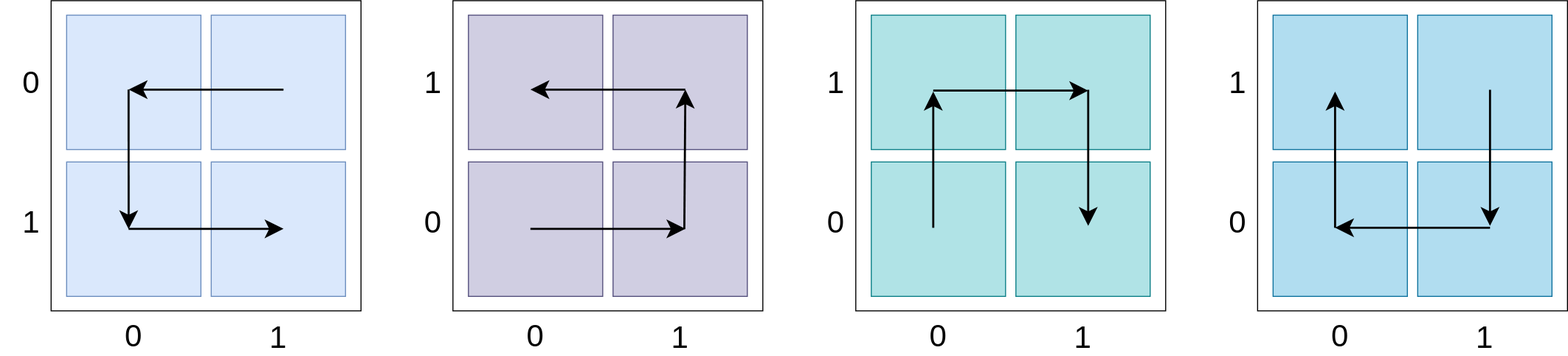
The draw.io diagram assets/posts/spatial-index/hilbert-types.svg in addu390/addu390.github.io, before a commit. Source tidied: cells renumbered, new cells last; positions are measured from the earlier drawing's top-left corner, leaving out a move shared by most shapes. The source it was exported from:
```xml
<mxGraphModel>
  <root>
    <mxCell id="0" />
    <mxCell id="1" parent="0" />
    <mxCell id="2" style="rounded=0;whiteSpace=wrap;html=1;fillColor=none;" parent="1" vertex="1">
      <mxGeometry x="49" width="300" height="300" as="geometry" />
    </mxCell>
    <mxCell id="3" style="rounded=0;whiteSpace=wrap;html=1;fillColor=#dae8fc;strokeColor=#6c8ebf;" parent="1" vertex="1">
      <mxGeometry x="64" y="14" width="130" height="130" as="geometry" />
    </mxCell>
    <mxCell id="4" style="rounded=0;whiteSpace=wrap;html=1;fillColor=#dae8fc;strokeColor=#6c8ebf;" parent="1" vertex="1">
      <mxGeometry x="64" y="156" width="130" height="130" as="geometry" />
    </mxCell>
    <mxCell id="5" style="rounded=0;whiteSpace=wrap;html=1;fillColor=#dae8fc;strokeColor=#6c8ebf;" parent="1" vertex="1">
      <mxGeometry x="204" y="156" width="130" height="130" as="geometry" />
    </mxCell>
    <mxCell id="6" style="rounded=0;whiteSpace=wrap;html=1;fillColor=#dae8fc;strokeColor=#6c8ebf;" parent="1" vertex="1">
      <mxGeometry x="204" y="14" width="130" height="130" as="geometry" />
    </mxCell>
    <mxCell id="7" style="endArrow=none;html=1;rounded=0;exitX=0.462;exitY=0.554;exitDx=0;exitDy=0;exitPerimeter=0;entryX=0.538;entryY=0.554;entryDx=0;entryDy=0;entryPerimeter=0;endSize=12;startSize=12;strokeWidth=2;startArrow=classic;startFill=1;endFill=0;" parent="1" edge="1" source="3" target="6">
      <mxGeometry relative="1" as="geometry" />
    </mxCell>
    <mxCell id="8" style="endArrow=classic;html=1;rounded=0;entryX=0.462;entryY=0.5;entryDx=0;entryDy=0;entryPerimeter=0;endSize=12;startSize=12;strokeWidth=2;" parent="1" edge="1" target="4">
      <mxGeometry relative="1" as="geometry">
        <mxPoint x="124" y="86" as="sourcePoint" />
      </mxGeometry>
    </mxCell>
    <mxCell id="9" style="endArrow=classic;html=1;rounded=0;exitX=0.462;exitY=0.554;exitDx=0;exitDy=0;exitPerimeter=0;entryX=0.538;entryY=0.554;entryDx=0;entryDy=0;entryPerimeter=0;endSize=12;startSize=12;targetPerimeterSpacing=0;strokeWidth=2;" parent="1" edge="1">
      <mxGeometry relative="1" as="geometry">
        <mxPoint x="124" y="220.7" as="sourcePoint" />
        <mxPoint x="274" y="220.7" as="targetPoint" />
      </mxGeometry>
    </mxCell>
    <mxCell id="10" value="&lt;font style=&quot;font-size: 30px;&quot;&gt;0&lt;/font&gt;" style="text;html=1;align=center;verticalAlign=middle;whiteSpace=wrap;rounded=0;fontSize=30;" parent="1" vertex="1">
      <mxGeometry y="64" width="60" height="30" as="geometry" />
    </mxCell>
    <mxCell id="11" value="&lt;font style=&quot;font-size: 30px;&quot;&gt;1&lt;/font&gt;" style="text;html=1;align=center;verticalAlign=middle;whiteSpace=wrap;rounded=0;fontSize=30;" parent="1" vertex="1">
      <mxGeometry y="199" width="60" height="30" as="geometry" />
    </mxCell>
    <mxCell id="12" value="&lt;font style=&quot;font-size: 30px;&quot;&gt;0&lt;/font&gt;" style="text;html=1;align=center;verticalAlign=middle;whiteSpace=wrap;rounded=0;fontSize=30;" parent="1" vertex="1">
      <mxGeometry x="99" y="309" width="60" height="30" as="geometry" />
    </mxCell>
    <mxCell id="13" value="&lt;span style=&quot;font-size: 30px;&quot;&gt;1&lt;/span&gt;" style="text;html=1;align=center;verticalAlign=middle;whiteSpace=wrap;rounded=0;fontSize=30;" parent="1" vertex="1">
      <mxGeometry x="239" y="310" width="60" height="30" as="geometry" />
    </mxCell>
    <mxCell id="14" style="rounded=0;whiteSpace=wrap;html=1;fillColor=none;" parent="1" vertex="1">
      <mxGeometry x="438" width="300" height="300" as="geometry" />
    </mxCell>
    <mxCell id="15" style="rounded=0;whiteSpace=wrap;html=1;fillColor=#d0cee2;strokeColor=#56517e;" parent="1" vertex="1">
      <mxGeometry x="453" y="14" width="130" height="130" as="geometry" />
    </mxCell>
    <mxCell id="16" style="rounded=0;whiteSpace=wrap;html=1;fillColor=#d0cee2;strokeColor=#56517e;" parent="1" vertex="1">
      <mxGeometry x="453" y="156" width="130" height="130" as="geometry" />
    </mxCell>
    <mxCell id="17" style="rounded=0;whiteSpace=wrap;html=1;fillColor=#d0cee2;strokeColor=#56517e;" parent="1" vertex="1">
      <mxGeometry x="593" y="156" width="130" height="130" as="geometry" />
    </mxCell>
    <mxCell id="18" style="rounded=0;whiteSpace=wrap;html=1;fillColor=#d0cee2;strokeColor=#56517e;" parent="1" vertex="1">
      <mxGeometry x="593" y="14" width="130" height="130" as="geometry" />
    </mxCell>
    <mxCell id="19" style="endArrow=none;html=1;rounded=0;exitX=0.462;exitY=0.554;exitDx=0;exitDy=0;exitPerimeter=0;entryX=0.538;entryY=0.554;entryDx=0;entryDy=0;entryPerimeter=0;endSize=12;startSize=12;endFill=0;startArrow=classic;startFill=1;strokeWidth=2;" parent="1" edge="1" source="15" target="18">
      <mxGeometry relative="1" as="geometry" />
    </mxCell>
    <mxCell id="20" style="endArrow=none;html=1;rounded=0;endSize=12;startSize=12;endFill=0;startArrow=classic;startFill=1;strokeWidth=2;" parent="1" edge="1">
      <mxGeometry relative="1" as="geometry">
        <mxPoint x="663" y="86" as="sourcePoint" />
        <mxPoint x="662" y="221" as="targetPoint" />
      </mxGeometry>
    </mxCell>
    <mxCell id="21" style="endArrow=classic;html=1;rounded=0;exitX=0.462;exitY=0.554;exitDx=0;exitDy=0;exitPerimeter=0;entryX=0.538;entryY=0.554;entryDx=0;entryDy=0;entryPerimeter=0;endSize=12;startSize=12;targetPerimeterSpacing=0;endFill=1;startArrow=none;startFill=0;strokeWidth=2;" parent="1" edge="1">
      <mxGeometry relative="1" as="geometry">
        <mxPoint x="513" y="220.7" as="sourcePoint" />
        <mxPoint x="663" y="220.7" as="targetPoint" />
      </mxGeometry>
    </mxCell>
    <mxCell id="22" value="&lt;font style=&quot;font-size: 30px;&quot;&gt;1&lt;/font&gt;" style="text;html=1;align=center;verticalAlign=middle;whiteSpace=wrap;rounded=0;fontSize=30;" parent="1" vertex="1">
      <mxGeometry x="389" y="64" width="60" height="30" as="geometry" />
    </mxCell>
    <mxCell id="23" value="&lt;font style=&quot;font-size: 30px;&quot;&gt;0&lt;/font&gt;" style="text;html=1;align=center;verticalAlign=middle;whiteSpace=wrap;rounded=0;fontSize=30;" parent="1" vertex="1">
      <mxGeometry x="389" y="199" width="60" height="30" as="geometry" />
    </mxCell>
    <mxCell id="24" value="&lt;font style=&quot;font-size: 30px;&quot;&gt;0&lt;/font&gt;" style="text;html=1;align=center;verticalAlign=middle;whiteSpace=wrap;rounded=0;fontSize=30;" parent="1" vertex="1">
      <mxGeometry x="488" y="309" width="60" height="30" as="geometry" />
    </mxCell>
    <mxCell id="25" value="&lt;span style=&quot;font-size: 30px;&quot;&gt;1&lt;/span&gt;" style="text;html=1;align=center;verticalAlign=middle;whiteSpace=wrap;rounded=0;fontSize=30;" parent="1" vertex="1">
      <mxGeometry x="628" y="310" width="60" height="30" as="geometry" />
    </mxCell>
    <mxCell id="26" style="rounded=0;whiteSpace=wrap;html=1;fillColor=none;" parent="1" vertex="1">
      <mxGeometry x="828" width="300" height="300" as="geometry" />
    </mxCell>
    <mxCell id="27" style="rounded=0;whiteSpace=wrap;html=1;fillColor=#b0e3e6;strokeColor=#0e8088;" parent="1" vertex="1">
      <mxGeometry x="843" y="14" width="130" height="130" as="geometry" />
    </mxCell>
    <mxCell id="28" style="rounded=0;whiteSpace=wrap;html=1;fillColor=#b0e3e6;strokeColor=#0e8088;" parent="1" vertex="1">
      <mxGeometry x="843" y="156" width="130" height="130" as="geometry" />
    </mxCell>
    <mxCell id="29" style="rounded=0;whiteSpace=wrap;html=1;fillColor=#b0e3e6;strokeColor=#0e8088;" parent="1" vertex="1">
      <mxGeometry x="983" y="156" width="130" height="130" as="geometry" />
    </mxCell>
    <mxCell id="30" style="rounded=0;whiteSpace=wrap;html=1;fillColor=#b0e3e6;strokeColor=#0e8088;" parent="1" vertex="1">
      <mxGeometry x="983" y="14" width="130" height="130" as="geometry" />
    </mxCell>
    <mxCell id="31" style="endArrow=classic;html=1;rounded=0;endSize=12;startSize=12;strokeWidth=2;" parent="1" edge="1">
      <mxGeometry relative="1" as="geometry">
        <mxPoint x="903" y="87" as="sourcePoint" />
        <mxPoint x="1053" y="87" as="targetPoint" />
      </mxGeometry>
    </mxCell>
    <mxCell id="32" style="endArrow=classic;html=1;rounded=0;exitX=0.462;exitY=0.554;exitDx=0;exitDy=0;exitPerimeter=0;endSize=12;startSize=12;targetPerimeterSpacing=0;strokeWidth=2;" parent="1" edge="1">
      <mxGeometry relative="1" as="geometry">
        <mxPoint x="903" y="219.7" as="sourcePoint" />
        <mxPoint x="903" y="88" as="targetPoint" />
      </mxGeometry>
    </mxCell>
    <mxCell id="33" value="&lt;font style=&quot;font-size: 30px;&quot;&gt;1&lt;/font&gt;" style="text;html=1;align=center;verticalAlign=middle;whiteSpace=wrap;rounded=0;fontSize=30;" parent="1" vertex="1">
      <mxGeometry x="779" y="64" width="60" height="30" as="geometry" />
    </mxCell>
    <mxCell id="34" value="&lt;font style=&quot;font-size: 30px;&quot;&gt;0&lt;/font&gt;" style="text;html=1;align=center;verticalAlign=middle;whiteSpace=wrap;rounded=0;fontSize=30;" parent="1" vertex="1">
      <mxGeometry x="779" y="199" width="60" height="30" as="geometry" />
    </mxCell>
    <mxCell id="35" value="&lt;font style=&quot;font-size: 30px;&quot;&gt;0&lt;/font&gt;" style="text;html=1;align=center;verticalAlign=middle;whiteSpace=wrap;rounded=0;fontSize=30;" parent="1" vertex="1">
      <mxGeometry x="878" y="309" width="60" height="30" as="geometry" />
    </mxCell>
    <mxCell id="36" value="&lt;span style=&quot;font-size: 30px;&quot;&gt;1&lt;/span&gt;" style="text;html=1;align=center;verticalAlign=middle;whiteSpace=wrap;rounded=0;fontSize=30;" parent="1" vertex="1">
      <mxGeometry x="1018" y="310" width="60" height="30" as="geometry" />
    </mxCell>
    <mxCell id="37" style="endArrow=none;html=1;rounded=0;exitX=0.462;exitY=0.554;exitDx=0;exitDy=0;exitPerimeter=0;endSize=12;startSize=12;targetPerimeterSpacing=0;strokeWidth=2;startArrow=classic;startFill=1;endFill=0;" parent="1" edge="1">
      <mxGeometry relative="1" as="geometry">
        <mxPoint x="1053" y="217.8" as="sourcePoint" />
        <mxPoint x="1053" y="86.2" as="targetPoint" />
      </mxGeometry>
    </mxCell>
    <mxCell id="38" style="rounded=0;whiteSpace=wrap;html=1;fillColor=none;" parent="1" vertex="1">
      <mxGeometry x="1217" width="300" height="300" as="geometry" />
    </mxCell>
    <mxCell id="39" style="rounded=0;whiteSpace=wrap;html=1;fillColor=#b1ddf0;strokeColor=#10739e;" parent="1" vertex="1">
      <mxGeometry x="1232" y="14" width="130" height="130" as="geometry" />
    </mxCell>
    <mxCell id="40" style="rounded=0;whiteSpace=wrap;html=1;fillColor=#b1ddf0;strokeColor=#10739e;" parent="1" vertex="1">
      <mxGeometry x="1232" y="156" width="130" height="130" as="geometry" />
    </mxCell>
    <mxCell id="41" style="rounded=0;whiteSpace=wrap;html=1;fillColor=#b1ddf0;strokeColor=#10739e;" parent="1" vertex="1">
      <mxGeometry x="1372" y="156" width="130" height="130" as="geometry" />
    </mxCell>
    <mxCell id="42" style="rounded=0;whiteSpace=wrap;html=1;fillColor=#b1ddf0;strokeColor=#10739e;" parent="1" vertex="1">
      <mxGeometry x="1372" y="14" width="130" height="130" as="geometry" />
    </mxCell>
    <mxCell id="43" style="endArrow=none;html=1;rounded=0;endSize=12;startSize=12;strokeWidth=2;endFill=0;startArrow=classic;startFill=1;" parent="1" edge="1">
      <mxGeometry relative="1" as="geometry">
        <mxPoint x="1292" y="219.6" as="sourcePoint" />
        <mxPoint x="1442" y="219.6" as="targetPoint" />
      </mxGeometry>
    </mxCell>
    <mxCell id="44" style="endArrow=classic;html=1;rounded=0;exitX=0.462;exitY=0.554;exitDx=0;exitDy=0;exitPerimeter=0;endSize=12;startSize=12;targetPerimeterSpacing=0;strokeWidth=2;" parent="1" edge="1">
      <mxGeometry relative="1" as="geometry">
        <mxPoint x="1292" y="219.7" as="sourcePoint" />
        <mxPoint x="1292" y="88" as="targetPoint" />
      </mxGeometry>
    </mxCell>
    <mxCell id="45" value="&lt;font style=&quot;font-size: 30px;&quot;&gt;1&lt;/font&gt;" style="text;html=1;align=center;verticalAlign=middle;whiteSpace=wrap;rounded=0;fontSize=30;" parent="1" vertex="1">
      <mxGeometry x="1168" y="64" width="60" height="30" as="geometry" />
    </mxCell>
    <mxCell id="46" value="&lt;font style=&quot;font-size: 30px;&quot;&gt;0&lt;/font&gt;" style="text;html=1;align=center;verticalAlign=middle;whiteSpace=wrap;rounded=0;fontSize=30;" parent="1" vertex="1">
      <mxGeometry x="1168" y="199" width="60" height="30" as="geometry" />
    </mxCell>
    <mxCell id="47" value="&lt;font style=&quot;font-size: 30px;&quot;&gt;0&lt;/font&gt;" style="text;html=1;align=center;verticalAlign=middle;whiteSpace=wrap;rounded=0;fontSize=30;" parent="1" vertex="1">
      <mxGeometry x="1267" y="309" width="60" height="30" as="geometry" />
    </mxCell>
    <mxCell id="48" value="&lt;span style=&quot;font-size: 30px;&quot;&gt;1&lt;/span&gt;" style="text;html=1;align=center;verticalAlign=middle;whiteSpace=wrap;rounded=0;fontSize=30;" parent="1" vertex="1">
      <mxGeometry x="1407" y="310" width="60" height="30" as="geometry" />
    </mxCell>
    <mxCell id="49" style="endArrow=none;html=1;rounded=0;exitX=0.462;exitY=0.554;exitDx=0;exitDy=0;exitPerimeter=0;endSize=12;startSize=12;targetPerimeterSpacing=0;strokeWidth=2;startArrow=classic;startFill=1;endFill=0;" parent="1" edge="1">
      <mxGeometry relative="1" as="geometry">
        <mxPoint x="1442" y="217.8" as="sourcePoint" />
        <mxPoint x="1442" y="86.2" as="targetPoint" />
      </mxGeometry>
    </mxCell>
  </root>
</mxGraphModel>
```
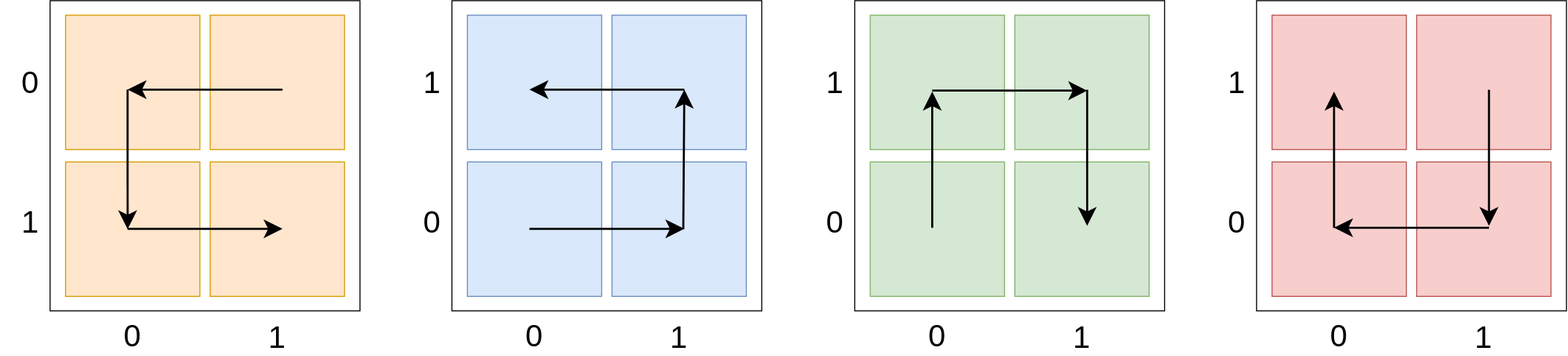
Later version of the same file.

Diff of the diagram source:
```diff
@@ -5,16 +5,16 @@
     <mxCell id="2" style="rounded=0;whiteSpace=wrap;html=1;fillColor=none;" parent="1" vertex="1">
       <mxGeometry x="49" width="300" height="300" as="geometry" />
     </mxCell>
-    <mxCell id="3" style="rounded=0;whiteSpace=wrap;html=1;fillColor=#dae8fc;strokeColor=#6c8ebf;" parent="1" vertex="1">
+    <mxCell id="3" style="rounded=0;whiteSpace=wrap;html=1;fillColor=#ffe6cc;strokeColor=#d79b00;" parent="1" vertex="1">
       <mxGeometry x="64" y="14" width="130" height="130" as="geometry" />
     </mxCell>
-    <mxCell id="4" style="rounded=0;whiteSpace=wrap;html=1;fillColor=#dae8fc;strokeColor=#6c8ebf;" parent="1" vertex="1">
+    <mxCell id="4" style="rounded=0;whiteSpace=wrap;html=1;fillColor=#ffe6cc;strokeColor=#d79b00;" parent="1" vertex="1">
       <mxGeometry x="64" y="156" width="130" height="130" as="geometry" />
     </mxCell>
-    <mxCell id="5" style="rounded=0;whiteSpace=wrap;html=1;fillColor=#dae8fc;strokeColor=#6c8ebf;" parent="1" vertex="1">
+    <mxCell id="5" style="rounded=0;whiteSpace=wrap;html=1;fillColor=#ffe6cc;strokeColor=#d79b00;" parent="1" vertex="1">
       <mxGeometry x="204" y="156" width="130" height="130" as="geometry" />
     </mxCell>
-    <mxCell id="6" style="rounded=0;whiteSpace=wrap;html=1;fillColor=#dae8fc;strokeColor=#6c8ebf;" parent="1" vertex="1">
+    <mxCell id="6" style="rounded=0;whiteSpace=wrap;html=1;fillColor=#ffe6cc;strokeColor=#d79b00;" parent="1" vertex="1">
       <mxGeometry x="204" y="14" width="130" height="130" as="geometry" />
     </mxCell>
     <mxCell id="7" style="endArrow=none;html=1;rounded=0;exitX=0.462;exitY=0.554;exitDx=0;exitDy=0;exitPerimeter=0;entryX=0.538;entryY=0.554;entryDx=0;entryDy=0;entryPerimeter=0;endSize=12;startSize=12;strokeWidth=2;startArrow=classic;startFill=1;endFill=0;" parent="1" edge="1" source="3" target="6">
@@ -46,16 +46,16 @@
     <mxCell id="14" style="rounded=0;whiteSpace=wrap;html=1;fillColor=none;" parent="1" vertex="1">
       <mxGeometry x="438" width="300" height="300" as="geometry" />
     </mxCell>
-    <mxCell id="15" style="rounded=0;whiteSpace=wrap;html=1;fillColor=#d0cee2;strokeColor=#56517e;" parent="1" vertex="1">
+    <mxCell id="15" style="rounded=0;whiteSpace=wrap;html=1;fillColor=#dae8fc;strokeColor=#6c8ebf;" parent="1" vertex="1">
       <mxGeometry x="453" y="14" width="130" height="130" as="geometry" />
     </mxCell>
-    <mxCell id="16" style="rounded=0;whiteSpace=wrap;html=1;fillColor=#d0cee2;strokeColor=#56517e;" parent="1" vertex="1">
+    <mxCell id="16" style="rounded=0;whiteSpace=wrap;html=1;fillColor=#dae8fc;strokeColor=#6c8ebf;" parent="1" vertex="1">
       <mxGeometry x="453" y="156" width="130" height="130" as="geometry" />
     </mxCell>
-    <mxCell id="17" style="rounded=0;whiteSpace=wrap;html=1;fillColor=#d0cee2;strokeColor=#56517e;" parent="1" vertex="1">
+    <mxCell id="17" style="rounded=0;whiteSpace=wrap;html=1;fillColor=#dae8fc;strokeColor=#6c8ebf;" parent="1" vertex="1">
       <mxGeometry x="593" y="156" width="130" height="130" as="geometry" />
     </mxCell>
-    <mxCell id="18" style="rounded=0;whiteSpace=wrap;html=1;fillColor=#d0cee2;strokeColor=#56517e;" parent="1" vertex="1">
+    <mxCell id="18" style="rounded=0;whiteSpace=wrap;html=1;fillColor=#dae8fc;strokeColor=#6c8ebf;" parent="1" vertex="1">
       <mxGeometry x="593" y="14" width="130" height="130" as="geometry" />
     </mxCell>
     <mxCell id="19" style="endArrow=none;html=1;rounded=0;exitX=0.462;exitY=0.554;exitDx=0;exitDy=0;exitPerimeter=0;entryX=0.538;entryY=0.554;entryDx=0;entryDy=0;entryPerimeter=0;endSize=12;startSize=12;endFill=0;startArrow=classic;startFill=1;strokeWidth=2;" parent="1" edge="1" source="15" target="18">
@@ -88,16 +88,16 @@
     <mxCell id="26" style="rounded=0;whiteSpace=wrap;html=1;fillColor=none;" parent="1" vertex="1">
       <mxGeometry x="828" width="300" height="300" as="geometry" />
     </mxCell>
-    <mxCell id="27" style="rounded=0;whiteSpace=wrap;html=1;fillColor=#b0e3e6;strokeColor=#0e8088;" parent="1" vertex="1">
+    <mxCell id="27" style="rounded=0;whiteSpace=wrap;html=1;fillColor=#d5e8d4;strokeColor=#82b366;" parent="1" vertex="1">
       <mxGeometry x="843" y="14" width="130" height="130" as="geometry" />
     </mxCell>
-    <mxCell id="28" style="rounded=0;whiteSpace=wrap;html=1;fillColor=#b0e3e6;strokeColor=#0e8088;" parent="1" vertex="1">
+    <mxCell id="28" style="rounded=0;whiteSpace=wrap;html=1;fillColor=#d5e8d4;strokeColor=#82b366;" parent="1" vertex="1">
       <mxGeometry x="843" y="156" width="130" height="130" as="geometry" />
     </mxCell>
-    <mxCell id="29" style="rounded=0;whiteSpace=wrap;html=1;fillColor=#b0e3e6;strokeColor=#0e8088;" parent="1" vertex="1">
+    <mxCell id="29" style="rounded=0;whiteSpace=wrap;html=1;fillColor=#d5e8d4;strokeColor=#82b366;" parent="1" vertex="1">
       <mxGeometry x="983" y="156" width="130" height="130" as="geometry" />
     </mxCell>
-    <mxCell id="30" style="rounded=0;whiteSpace=wrap;html=1;fillColor=#b0e3e6;strokeColor=#0e8088;" parent="1" vertex="1">
+    <mxCell id="30" style="rounded=0;whiteSpace=wrap;html=1;fillColor=#d5e8d4;strokeColor=#82b366;" parent="1" vertex="1">
       <mxGeometry x="983" y="14" width="130" height="130" as="geometry" />
     </mxCell>
     <mxCell id="31" style="endArrow=classic;html=1;rounded=0;endSize=12;startSize=12;strokeWidth=2;" parent="1" edge="1">
@@ -133,16 +133,16 @@
     <mxCell id="38" style="rounded=0;whiteSpace=wrap;html=1;fillColor=none;" parent="1" vertex="1">
       <mxGeometry x="1217" width="300" height="300" as="geometry" />
     </mxCell>
-    <mxCell id="39" style="rounded=0;whiteSpace=wrap;html=1;fillColor=#b1ddf0;strokeColor=#10739e;" parent="1" vertex="1">
+    <mxCell id="39" style="rounded=0;whiteSpace=wrap;html=1;fillColor=#f8cecc;strokeColor=#b85450;" parent="1" vertex="1">
       <mxGeometry x="1232" y="14" width="130" height="130" as="geometry" />
     </mxCell>
-    <mxCell id="40" style="rounded=0;whiteSpace=wrap;html=1;fillColor=#b1ddf0;strokeColor=#10739e;" parent="1" vertex="1">
+    <mxCell id="40" style="rounded=0;whiteSpace=wrap;html=1;fillColor=#f8cecc;strokeColor=#b85450;" parent="1" vertex="1">
       <mxGeometry x="1232" y="156" width="130" height="130" as="geometry" />
     </mxCell>
-    <mxCell id="41" style="rounded=0;whiteSpace=wrap;html=1;fillColor=#b1ddf0;strokeColor=#10739e;" parent="1" vertex="1">
+    <mxCell id="41" style="rounded=0;whiteSpace=wrap;html=1;fillColor=#f8cecc;strokeColor=#b85450;" parent="1" vertex="1">
       <mxGeometry x="1372" y="156" width="130" height="130" as="geometry" />
     </mxCell>
-    <mxCell id="42" style="rounded=0;whiteSpace=wrap;html=1;fillColor=#b1ddf0;strokeColor=#10739e;" parent="1" vertex="1">
+    <mxCell id="42" style="rounded=0;whiteSpace=wrap;html=1;fillColor=#f8cecc;strokeColor=#b85450;" parent="1" vertex="1">
       <mxGeometry x="1372" y="14" width="130" height="130" as="geometry" />
     </mxCell>
     <mxCell id="43" style="endArrow=none;html=1;rounded=0;endSize=12;startSize=12;strokeWidth=2;endFill=0;startArrow=classic;startFill=1;" parent="1" edge="1">
```
